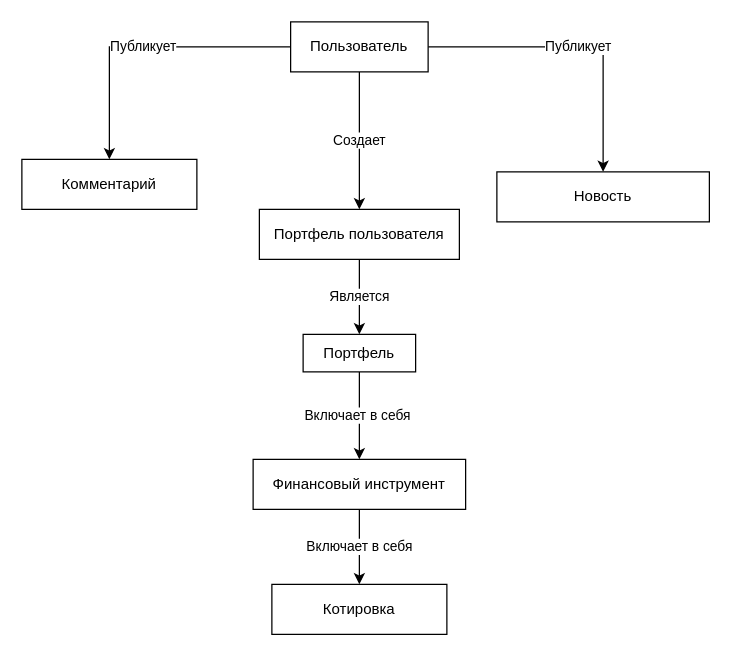
Above: Концептуальная модель.drawio in epsil0n66/ProjectMethodsSlanina (draw.io), before the change. Source tidied: cells renumbered, new cells numbered last; positions are measured from the earlier drawing's top-left corner, leaving out a move shared by most shapes. Both pictures are drawn from the tidied source at 125%, with x=0, y=0 at pixel (21, 21).
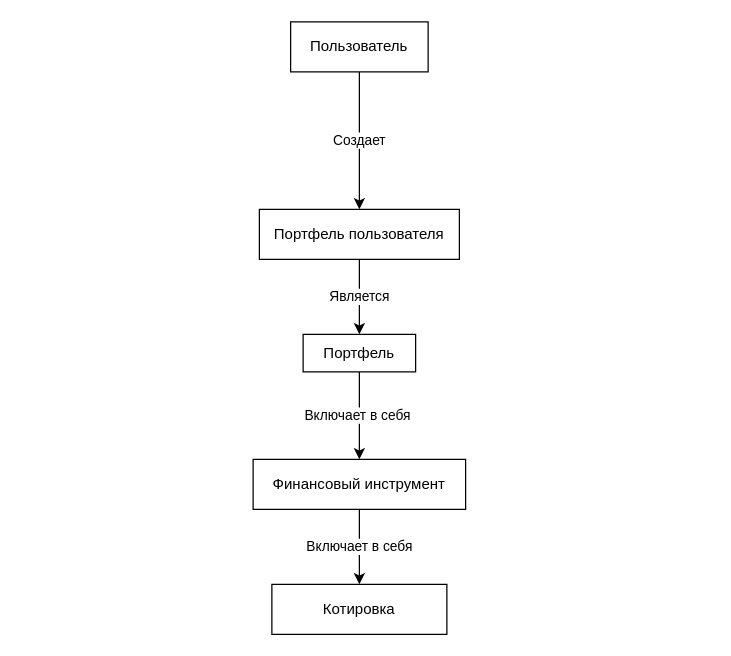
After the change.

Change to the diagram source:
```diff
@@
 <mxGraphModel>
   <root>
     <mxCell id="0" />
     <mxCell id="1" parent="0" />
-    <mxCell id="2" value="Публикует" style="edgeStyle=orthogonalEdgeStyle;rounded=0;jettySize=auto;html=1;" parent="1" edge="1" source="5" target="14">
-      <mxGeometry relative="1" as="geometry" />
-    </mxCell>
     <mxCell id="3" value="Создает" style="edgeStyle=orthogonalEdgeStyle;rounded=0;jettySize=auto;html=1;entryX=0.5;entryY=0;entryDx=0;entryDy=0;" parent="1" edge="1" source="5" target="7">
       <mxGeometry relative="1" as="geometry" />
     </mxCell>
-    <mxCell id="4" value="Публикует" style="edgeStyle=orthogonalEdgeStyle;rounded=0;jettySize=auto;html=1;entryX=0.5;entryY=0;entryDx=0;entryDy=0;" parent="1" edge="1" source="5" target="13">
-      <mxGeometry relative="1" as="geometry" />
-    </mxCell>
     <mxCell id="5" value="Пользователь" style="html=1;whiteSpace=wrap;" parent="1" vertex="1">
       <mxGeometry x="215" width="110" height="40" as="geometry" />
     </mxCell>
     <mxCell id="6" value="Является" style="edgeStyle=orthogonalEdgeStyle;rounded=0;jettySize=auto;html=1;" parent="1" edge="1" source="7" target="9">
       <mxGeometry relative="1" as="geometry" />
     </mxCell>
     <mxCell id="7" value="Портфель пользователя" style="html=1;whiteSpace=wrap;" parent="1" vertex="1">
       <mxGeometry x="190" y="150" width="160" height="40" as="geometry" />
     </mxCell>
     <mxCell id="8" value="Включает в себя&amp;nbsp;" style="edgeStyle=orthogonalEdgeStyle;rounded=0;jettySize=auto;html=1;entryX=0.5;entryY=0;entryDx=0;entryDy=0;" parent="1" edge="1" source="9" target="11">
       <mxGeometry relative="1" as="geometry" />
     </mxCell>
     <mxCell id="9" value="Портфель" style="html=1;whiteSpace=wrap;" parent="1" vertex="1">
       <mxGeometry x="225" y="250" width="90" height="30" as="geometry" />
     </mxCell>
     <mxCell id="10" value="Включает в себя" style="edgeStyle=orthogonalEdgeStyle;rounded=0;jettySize=auto;html=1;" parent="1" edge="1" source="11" target="12">
       <mxGeometry relative="1" as="geometry" />
     </mxCell>
     <mxCell id="11" value="Финансовый инструмент" style="html=1;whiteSpace=wrap;" parent="1" vertex="1">
       <mxGeometry x="185" y="350" width="170" height="40" as="geometry" />
     </mxCell>
     <mxCell id="12" value="Котировка" style="html=1;whiteSpace=wrap;" parent="1" vertex="1">
       <mxGeometry x="200" y="450" width="140" height="40" as="geometry" />
     </mxCell>
-    <mxCell id="13" value="Комментарий" style="html=1;whiteSpace=wrap;" parent="1" vertex="1">
-      <mxGeometry y="110" width="140" height="40" as="geometry" />
-    </mxCell>
-    <mxCell id="14" value="Новость" style="html=1;whiteSpace=wrap;" parent="1" vertex="1">
-      <mxGeometry x="380" y="120" width="170" height="40" as="geometry" />
-    </mxCell>
   </root>
 </mxGraphModel>
```
